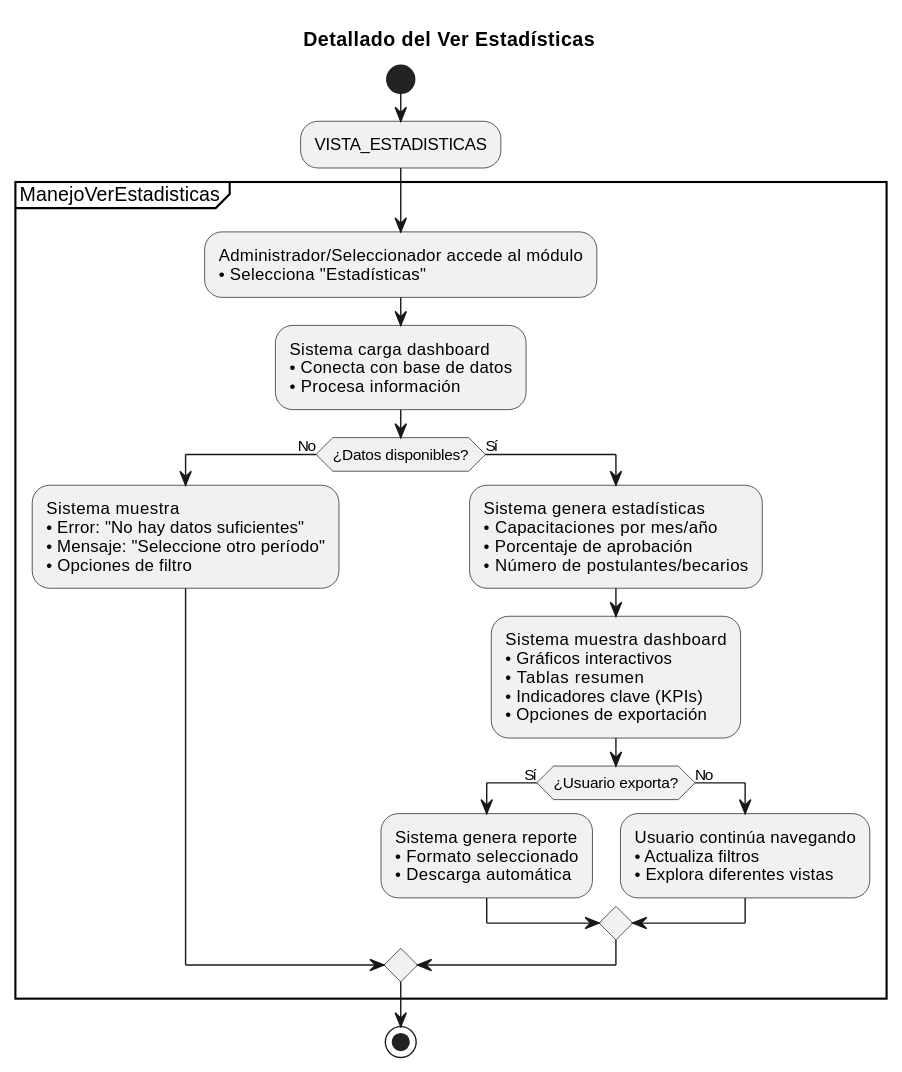
Before: documentos/imagenes/casos_de_uso/diagramas_casos_de_uso_detallados/ver_estadisticas.svg, a diagram exported from PlantUML (Dievex/24-25-IdSw1-SDR). The source it was exported from:
```plantuml
@startuml
title Detallado del Ver Estadísticas

start

:VISTA_ESTADISTICAS;

partition ManejoVerEstadisticas {

  :Administrador/Seleccionador accede al módulo
  • Selecciona "Estadísticas";


  :Sistema carga dashboard
  • Conecta con base de datos
  • Procesa información;

  if (¿Datos disponibles?) then (No)
    :Sistema muestra
    • Error: "No hay datos suficientes"
    • Mensaje: "Seleccione otro período"
    • Opciones de filtro;

  else (Sí)
    :Sistema genera estadísticas
    • Capacitaciones por mes/año
    • Porcentaje de aprobación
    • Número de postulantes/becarios;



    :Sistema muestra dashboard
    • Gráficos interactivos
    • Tablas resumen
    • Indicadores clave (KPIs)
    • Opciones de exportación;



    if (¿Usuario exporta?) then (Sí)
      :Sistema genera reporte
      • Formato seleccionado
      • Descarga automática;

    else (No)
      :Usuario continúa navegando
      • Actualiza filtros
      • Explora diferentes vistas;

    endif

  endif

}

stop
@end

PlantUML version 1.2023.11(Wed Sep 13 20:26:33 CEST 2023)
(GPL source distribution)
Java Runtime: OpenJDK Runtime Environment
JVM: OpenJDK 64-Bit Server VM
Default Encoding: Cp1252
Language: es
Country: ES
@enduml
```
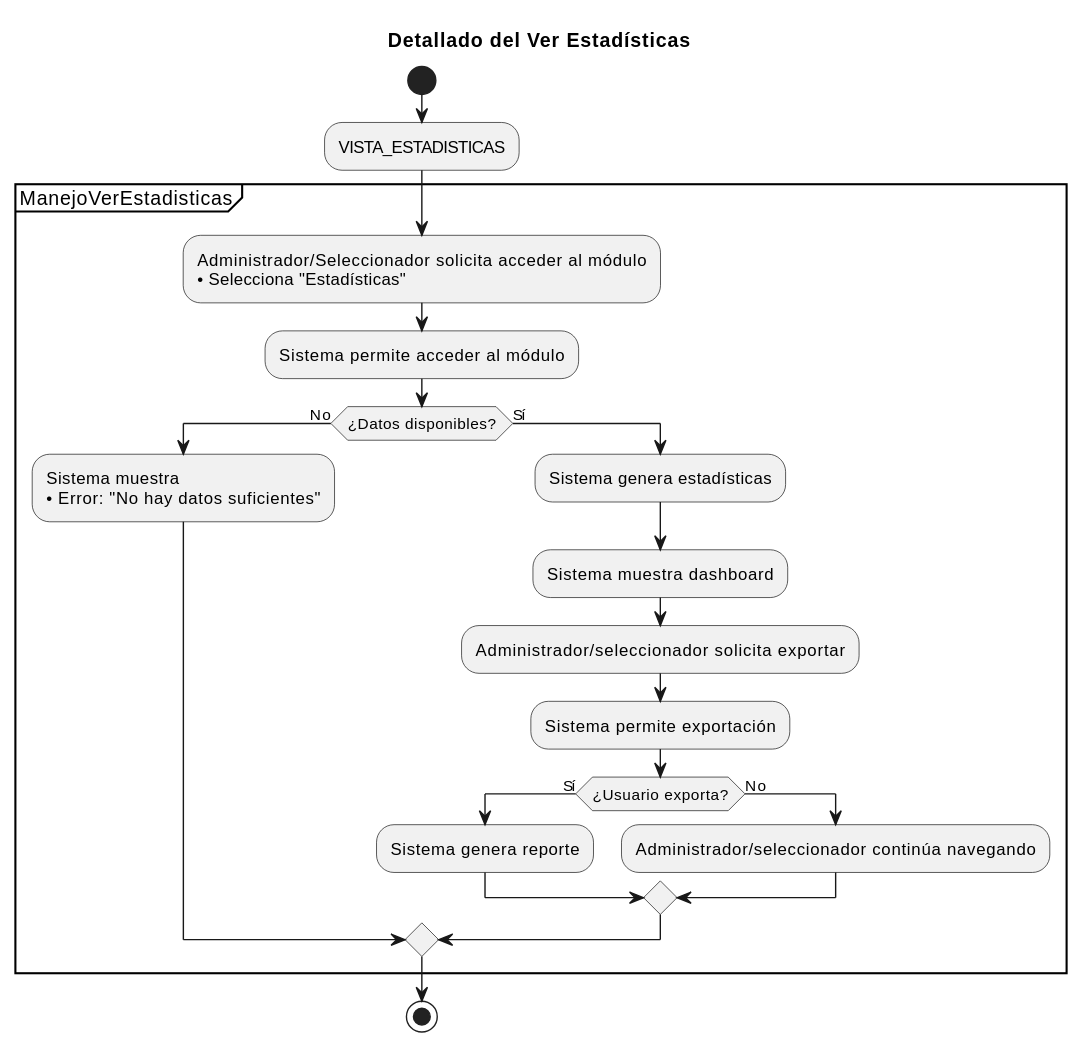
The same diagram one commit later.

The edit, as a diff of the source:
```diff
@@ -7,45 +7,29 @@
 
 partition ManejoVerEstadisticas {
 
-  :Administrador/Seleccionador accede al módulo
+  :Administrador/Seleccionador solicita acceder al módulo
   • Selecciona "Estadísticas";
 
-
-  :Sistema carga dashboard
-  • Conecta con base de datos
-  • Procesa información;
+  :Sistema permite acceder al módulo;
 
   if (¿Datos disponibles?) then (No)
     :Sistema muestra
-    • Error: "No hay datos suficientes"
-    • Mensaje: "Seleccione otro período"
-    • Opciones de filtro;
+    • Error: "No hay datos suficientes";
 
   else (Sí)
-    :Sistema genera estadísticas
-    • Capacitaciones por mes/año
-    • Porcentaje de aprobación
-    • Número de postulantes/becarios;
+    :Sistema genera estadísticas;
 
+    :Sistema muestra dashboard;
 
+    :Administrador/seleccionador solicita exportar;
 
-    :Sistema muestra dashboard
-    • Gráficos interactivos
-    • Tablas resumen
-    • Indicadores clave (KPIs)
-    • Opciones de exportación;
-
-
+    :Sistema permite exportación;
 
     if (¿Usuario exporta?) then (Sí)
-      :Sistema genera reporte
-      • Formato seleccionado
-      • Descarga automática;
+      :Sistema genera reporte;
 
     else (No)
-      :Usuario continúa navegando
-      • Actualiza filtros
-      • Explora diferentes vistas;
+      :Administrador/seleccionador continúa navegando;
 
     endif
 
@@ -56,11 +40,11 @@
 stop
 @end
 
-PlantUML version 1.2023.11(Wed Sep 13 20:26:33 CEST 2023)
-(GPL source distribution)
-Java Runtime: OpenJDK Runtime Environment
-JVM: OpenJDK 64-Bit Server VM
-Default Encoding: Cp1252
+PlantUML version 1.2024.3(Thu Feb 15 20:40:05 CET 2024)
+(GPLv2 source distribution)
+Java Runtime: Java(TM) SE Runtime Environment
+JVM: Java HotSpot(TM) 64-Bit Server VM
+Default Encoding: UTF-8
 Language: es
 Country: ES
 @enduml
```
